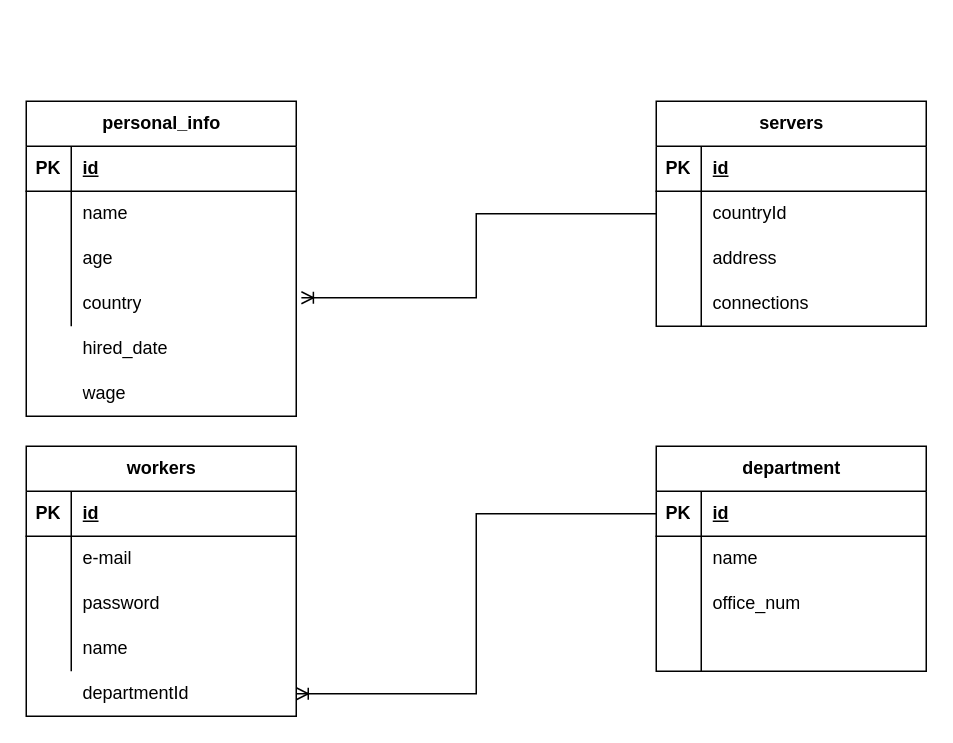
Above: Database Model .drawio in Gycer10/Project-VPN (draw.io), before the change. Source tidied: cells renumbered, new cells numbered last; positions are measured from the earlier drawing's top-left corner, leaving out a move shared by most shapes. Both pictures are drawn from the tidied source at 150%, with x=0, y=0 at pixel (26, 100).
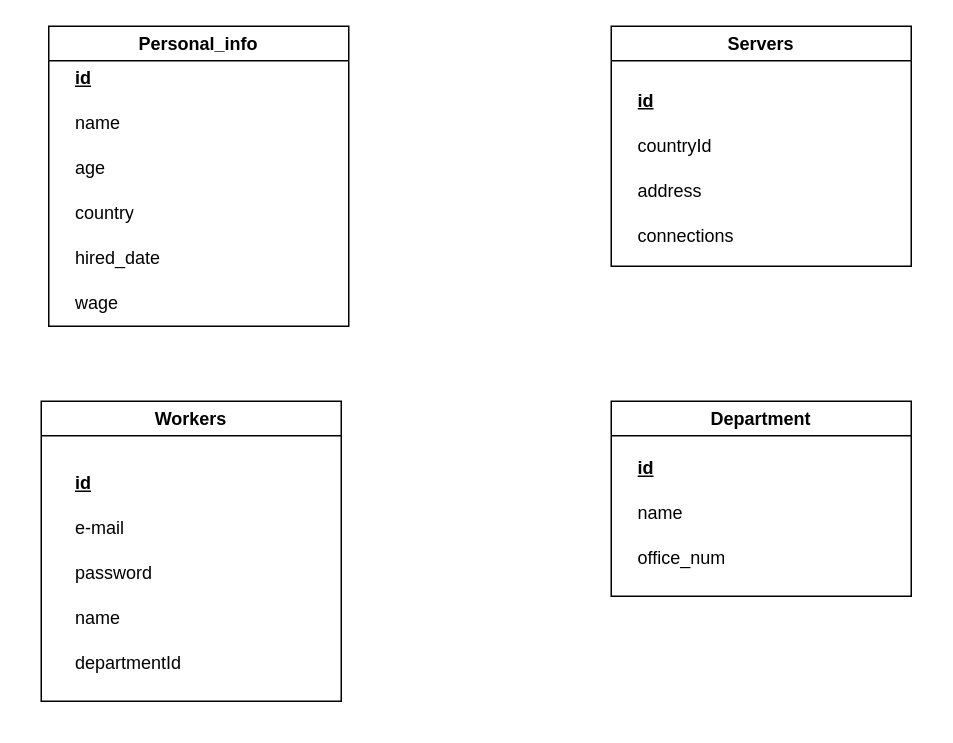
Above is the later version.

What changed in the source:
```diff
@@
-    <mxCell id="2" value="personal_info" style="shape=table;startSize=30;childLayout=tableLayout;rowLines=0;fontStyle=1;align=center;html=1;" parent="1" vertex="1">
-      <mxGeometry width="180" height="210" as="geometry" />
-    </mxCell>
-    <mxCell id="3" style="shape=tableRow;horizontal=0;startSize=0;swimlaneHead=0;swimlaneBody=0;fillColor=none;top=0;left=0;right=0;bottom=1;" parent="2" vertex="1">
-      <mxGeometry y="30" width="180" height="30" as="geometry" />
-    </mxCell>
-    <mxCell id="4" value="PK" style="shape=partialRectangle;fillColor=none;top=0;left=0;bottom=0;right=0;fontStyle=1;overflow=hidden;whiteSpace=wrap;html=1;" parent="3" vertex="1">
-      <mxGeometry width="30" height="30" as="geometry" />
-    </mxCell>
-    <mxCell id="5" value="id" style="shape=partialRectangle;fillColor=none;top=0;left=0;bottom=0;right=0;align=left;spacingLeft=6;fontStyle=5;overflow=hidden;whiteSpace=wrap;html=1;" parent="3" vertex="1">
-      <mxGeometry x="30" width="150" height="30" as="geometry" />
-    </mxCell>
-    <mxCell id="6" style="shape=tableRow;horizontal=0;startSize=0;swimlaneHead=0;swimlaneBody=0;fillColor=none;top=0;left=0;right=0;bottom=0;" parent="2" vertex="1">
-      <mxGeometry y="60" width="180" height="30" as="geometry" />
-    </mxCell>
-    <mxCell id="7" style="shape=partialRectangle;fillColor=none;top=0;left=0;bottom=0;right=0;overflow=hidden;whiteSpace=wrap;html=1;" parent="6" vertex="1">
-      <mxGeometry width="30" height="30" as="geometry" />
-    </mxCell>
-    <mxCell id="8" value="name" style="shape=partialRectangle;fillColor=none;top=0;left=0;bottom=0;right=0;align=left;spacingLeft=6;overflow=hidden;whiteSpace=wrap;html=1;" parent="6" vertex="1">
-      <mxGeometry x="30" width="150" height="30" as="geometry" />
-    </mxCell>
-    <mxCell id="9" style="shape=tableRow;horizontal=0;startSize=0;swimlaneHead=0;swimlaneBody=0;fillColor=none;top=0;left=0;right=0;bottom=0;" parent="2" vertex="1">
-      <mxGeometry y="90" width="180" height="30" as="geometry" />
-    </mxCell>
-    <mxCell id="10" style="shape=partialRectangle;fillColor=none;top=0;left=0;bottom=0;right=0;overflow=hidden;whiteSpace=wrap;html=1;" parent="9" vertex="1">
-      <mxGeometry width="30" height="30" as="geometry" />
-    </mxCell>
+    <mxCell id="64" value="Personal_info" style="swimlane;whiteSpace=wrap;html=1;" parent="1" vertex="1">
+      <mxGeometry x="15" y="-50" width="200" height="200" as="geometry" />
+    </mxCell>
+    <mxCell id="65" value="id" style="shape=partialRectangle;fillColor=none;top=0;left=0;bottom=0;right=0;align=left;spacingLeft=6;fontStyle=5;overflow=hidden;whiteSpace=wrap;html=1;" parent="64" vertex="1">
+      <mxGeometry x="10" y="20" width="150" height="30" as="geometry" />
+    </mxCell>
+    <mxCell id="66" value="name" style="shape=partialRectangle;fillColor=none;top=0;left=0;bottom=0;right=0;align=left;spacingLeft=6;overflow=hidden;whiteSpace=wrap;html=1;" parent="64" vertex="1">
+      <mxGeometry x="10" y="50" width="150" height="30" as="geometry" />
+    </mxCell>
-    <mxCell id="11" value="age" style="shape=partialRectangle;fillColor=none;top=0;left=0;bottom=0;right=0;align=left;spacingLeft=6;overflow=hidden;whiteSpace=wrap;html=1;" parent="9" vertex="1">
-      <mxGeometry x="30" width="150" height="30" as="geometry" />
+    <mxCell id="11" value="age" style="shape=partialRectangle;fillColor=none;top=0;left=0;bottom=0;right=0;align=left;spacingLeft=6;overflow=hidden;whiteSpace=wrap;html=1;" parent="64" vertex="1">
+      <mxGeometry x="10" y="80" width="150" height="30" as="geometry" />
     </mxCell>
-    <mxCell id="12" style="shape=tableRow;horizontal=0;startSize=0;swimlaneHead=0;swimlaneBody=0;fillColor=none;points=[[0,0.5],[1,0.5]];portConstraint=eastwest;top=0;left=0;right=0;bottom=0;" parent="2" vertex="1">
-      <mxGeometry y="120" width="180" height="30" as="geometry" />
-    </mxCell>
-    <mxCell id="13" style="shape=partialRectangle;fillColor=none;top=0;left=0;bottom=0;right=0;overflow=hidden;whiteSpace=wrap;html=1;" parent="12" vertex="1">
-      <mxGeometry width="30" height="30" as="geometry" />
-    </mxCell>
-    <mxCell id="14" value="country" style="shape=partialRectangle;fillColor=none;top=0;left=0;bottom=0;right=0;align=left;spacingLeft=6;overflow=hidden;whiteSpace=wrap;html=1;" parent="12" vertex="1">
-      <mxGeometry x="30" width="150" height="30" as="geometry" />
+    <mxCell id="14" value="country" style="shape=partialRectangle;fillColor=none;top=0;left=0;bottom=0;right=0;align=left;spacingLeft=6;overflow=hidden;whiteSpace=wrap;html=1;" parent="64" vertex="1">
+      <mxGeometry x="10" y="110" width="150" height="30" as="geometry" />
     </mxCell>
-    <mxCell id="15" value="servers" style="shape=table;startSize=30;childLayout=tableLayout;rowLines=0;fontStyle=1;align=center;html=1;" parent="1" vertex="1">
-      <mxGeometry x="420" width="180" height="150" as="geometry" />
-    </mxCell>
-    <mxCell id="16" style="shape=tableRow;horizontal=0;startSize=0;swimlaneHead=0;swimlaneBody=0;fillColor=none;top=0;left=0;right=0;bottom=1;" parent="15" vertex="1">
-      <mxGeometry y="30" width="180" height="30" as="geometry" />
-    </mxCell>
-    <mxCell id="17" value="PK" style="shape=partialRectangle;fillColor=none;top=0;left=0;bottom=0;right=0;fontStyle=1;overflow=hidden;whiteSpace=wrap;html=1;" parent="16" vertex="1">
-      <mxGeometry width="30" height="30" as="geometry" />
-    </mxCell>
-    <mxCell id="18" value="id" style="shape=partialRectangle;fillColor=none;top=0;left=0;bottom=0;right=0;align=left;spacingLeft=6;fontStyle=5;overflow=hidden;whiteSpace=wrap;html=1;" parent="16" vertex="1">
-      <mxGeometry x="30" width="150" height="30" as="geometry" />
-    </mxCell>
-    <mxCell id="19" style="shape=tableRow;horizontal=0;startSize=0;swimlaneHead=0;swimlaneBody=0;fillColor=none;points=[[0,0.5],[1,0.5]];portConstraint=eastwest;top=0;left=0;right=0;bottom=0;" parent="15" vertex="1">
-      <mxGeometry y="60" width="180" height="30" as="geometry" />
-    </mxCell>
-    <mxCell id="20" style="shape=partialRectangle;fillColor=none;top=0;left=0;bottom=0;right=0;overflow=hidden;whiteSpace=wrap;html=1;" parent="19" vertex="1">
-      <mxGeometry width="30" height="30" as="geometry" />
-    </mxCell>
+    <mxCell id="55" value="hired_date" style="shape=partialRectangle;fillColor=none;top=0;left=0;bottom=0;right=0;align=left;spacingLeft=6;overflow=hidden;whiteSpace=wrap;html=1;" parent="64" vertex="1">
+      <mxGeometry x="10" y="140" width="150" height="30" as="geometry" />
+    </mxCell>
+    <mxCell id="58" value="wage" style="shape=partialRectangle;fillColor=none;top=0;left=0;bottom=0;right=0;align=left;spacingLeft=6;overflow=hidden;whiteSpace=wrap;html=1;" parent="64" vertex="1">
+      <mxGeometry x="10" y="170" width="150" height="30" as="geometry" />
+    </mxCell>
+    <mxCell id="67" value="Servers" style="swimlane;whiteSpace=wrap;html=1;" parent="1" vertex="1">
+      <mxGeometry x="390" y="-50" width="200" height="160" as="geometry" />
+    </mxCell>
+    <mxCell id="68" value="id" style="shape=partialRectangle;fillColor=none;top=0;left=0;bottom=0;right=0;align=left;spacingLeft=6;fontStyle=5;overflow=hidden;whiteSpace=wrap;html=1;" parent="67" vertex="1">
+      <mxGeometry x="10" y="35" width="150" height="30" as="geometry" />
+    </mxCell>
-    <mxCell id="21" value="countryId" style="shape=partialRectangle;fillColor=none;top=0;left=0;bottom=0;right=0;align=left;spacingLeft=6;overflow=hidden;whiteSpace=wrap;html=1;" parent="19" vertex="1">
-      <mxGeometry x="30" width="150" height="30" as="geometry" />
+    <mxCell id="21" value="countryId" style="shape=partialRectangle;fillColor=none;top=0;left=0;bottom=0;right=0;align=left;spacingLeft=6;overflow=hidden;whiteSpace=wrap;html=1;" parent="67" vertex="1">
+      <mxGeometry x="10" y="65" width="150" height="30" as="geometry" />
     </mxCell>
-    <mxCell id="22" style="shape=tableRow;horizontal=0;startSize=0;swimlaneHead=0;swimlaneBody=0;fillColor=none;top=0;left=0;right=0;bottom=0;" parent="15" vertex="1">
-      <mxGeometry y="90" width="180" height="30" as="geometry" />
-    </mxCell>
-    <mxCell id="23" style="shape=partialRectangle;fillColor=none;top=0;left=0;bottom=0;right=0;overflow=hidden;whiteSpace=wrap;html=1;" parent="22" vertex="1">
-      <mxGeometry width="30" height="30" as="geometry" />
-    </mxCell>
-    <mxCell id="24" value="address" style="shape=partialRectangle;fillColor=none;top=0;left=0;bottom=0;right=0;align=left;spacingLeft=6;overflow=hidden;whiteSpace=wrap;html=1;" parent="22" vertex="1">
-      <mxGeometry x="30" width="150" height="30" as="geometry" />
+    <mxCell id="24" value="address" style="shape=partialRectangle;fillColor=none;top=0;left=0;bottom=0;right=0;align=left;spacingLeft=6;overflow=hidden;whiteSpace=wrap;html=1;" parent="67" vertex="1">
+      <mxGeometry x="10" y="95" width="150" height="30" as="geometry" />
     </mxCell>
-    <mxCell id="25" style="shape=tableRow;horizontal=0;startSize=0;swimlaneHead=0;swimlaneBody=0;fillColor=none;top=0;left=0;right=0;bottom=0;" parent="15" vertex="1">
-      <mxGeometry y="120" width="180" height="30" as="geometry" />
-    </mxCell>
-    <mxCell id="26" style="shape=partialRectangle;fillColor=none;top=0;left=0;bottom=0;right=0;overflow=hidden;whiteSpace=wrap;html=1;" parent="25" vertex="1">
-      <mxGeometry width="30" height="30" as="geometry" />
-    </mxCell>
-    <mxCell id="27" value="connections" style="shape=partialRectangle;fillColor=none;top=0;left=0;bottom=0;right=0;align=left;spacingLeft=6;overflow=hidden;whiteSpace=wrap;html=1;" parent="25" vertex="1">
-      <mxGeometry x="30" width="150" height="30" as="geometry" />
+    <mxCell id="27" value="connections" style="shape=partialRectangle;fillColor=none;top=0;left=0;bottom=0;right=0;align=left;spacingLeft=6;overflow=hidden;whiteSpace=wrap;html=1;" parent="67" vertex="1">
+      <mxGeometry x="10" y="125" width="150" height="30" as="geometry" />
     </mxCell>
-    <mxCell id="28" value="workers" style="shape=table;startSize=30;childLayout=tableLayout;rowLines=0;fontStyle=1;align=center;html=1;" parent="1" vertex="1">
-      <mxGeometry y="230" width="180" height="180" as="geometry" />
-    </mxCell>
-    <mxCell id="29" style="shape=tableRow;horizontal=0;startSize=0;swimlaneHead=0;swimlaneBody=0;fillColor=none;top=0;left=0;right=0;bottom=1;" parent="28" vertex="1">
-      <mxGeometry y="30" width="180" height="30" as="geometry" />
-    </mxCell>
-    <mxCell id="30" value="PK" style="shape=partialRectangle;fillColor=none;top=0;left=0;bottom=0;right=0;fontStyle=1;overflow=hidden;whiteSpace=wrap;html=1;" parent="29" vertex="1">
-      <mxGeometry width="30" height="30" as="geometry" />
-    </mxCell>
-    <mxCell id="31" value="id" style="shape=partialRectangle;fillColor=none;top=0;left=0;bottom=0;right=0;align=left;spacingLeft=6;fontStyle=5;overflow=hidden;whiteSpace=wrap;html=1;" parent="29" vertex="1">
-      <mxGeometry x="30" width="150" height="30" as="geometry" />
-    </mxCell>
-    <mxCell id="32" style="shape=tableRow;horizontal=0;startSize=0;swimlaneHead=0;swimlaneBody=0;fillColor=none;top=0;left=0;right=0;bottom=0;" parent="28" vertex="1">
-      <mxGeometry y="60" width="180" height="30" as="geometry" />
-    </mxCell>
-    <mxCell id="33" style="shape=partialRectangle;fillColor=none;top=0;left=0;bottom=0;right=0;overflow=hidden;whiteSpace=wrap;html=1;" parent="32" vertex="1">
-      <mxGeometry width="30" height="30" as="geometry" />
-    </mxCell>
+    <mxCell id="69" value="Workers" style="swimlane;whiteSpace=wrap;html=1;startSize=23;" parent="1" vertex="1">
+      <mxGeometry x="10" y="200" width="200" height="200" as="geometry" />
+    </mxCell>
+    <mxCell id="70" value="id" style="shape=partialRectangle;fillColor=none;top=0;left=0;bottom=0;right=0;align=left;spacingLeft=6;fontStyle=5;overflow=hidden;whiteSpace=wrap;html=1;" parent="69" vertex="1">
+      <mxGeometry x="15" y="40" width="150" height="30" as="geometry" />
+    </mxCell>
-    <mxCell id="34" value="e-mail" style="shape=partialRectangle;fillColor=none;top=0;left=0;bottom=0;right=0;align=left;spacingLeft=6;overflow=hidden;whiteSpace=wrap;html=1;" parent="32" vertex="1">
-      <mxGeometry x="30" width="150" height="30" as="geometry" />
+    <mxCell id="34" value="e-mail" style="shape=partialRectangle;fillColor=none;top=0;left=0;bottom=0;right=0;align=left;spacingLeft=6;overflow=hidden;whiteSpace=wrap;html=1;" parent="69" vertex="1">
+      <mxGeometry x="15" y="70" width="150" height="30" as="geometry" />
     </mxCell>
-    <mxCell id="35" style="shape=tableRow;horizontal=0;startSize=0;swimlaneHead=0;swimlaneBody=0;fillColor=none;top=0;left=0;right=0;bottom=0;" parent="28" vertex="1">
-      <mxGeometry y="90" width="180" height="30" as="geometry" />
-    </mxCell>
-    <mxCell id="36" style="shape=partialRectangle;fillColor=none;top=0;left=0;bottom=0;right=0;overflow=hidden;whiteSpace=wrap;html=1;" parent="35" vertex="1">
-      <mxGeometry width="30" height="30" as="geometry" />
-    </mxCell>
-    <mxCell id="37" value="password" style="shape=partialRectangle;fillColor=none;top=0;left=0;bottom=0;right=0;align=left;spacingLeft=6;overflow=hidden;whiteSpace=wrap;html=1;" parent="35" vertex="1">
-      <mxGeometry x="30" width="150" height="30" as="geometry" />
+    <mxCell id="37" value="password" style="shape=partialRectangle;fillColor=none;top=0;left=0;bottom=0;right=0;align=left;spacingLeft=6;overflow=hidden;whiteSpace=wrap;html=1;" parent="69" vertex="1">
+      <mxGeometry x="15" y="100" width="150" height="30" as="geometry" />
     </mxCell>
-    <mxCell id="38" style="shape=tableRow;horizontal=0;startSize=0;swimlaneHead=0;swimlaneBody=0;fillColor=none;top=0;left=0;right=0;bottom=0;" parent="28" vertex="1">
-      <mxGeometry y="120" width="180" height="30" as="geometry" />
-    </mxCell>
-    <mxCell id="39" style="shape=partialRectangle;fillColor=none;top=0;left=0;bottom=0;right=0;overflow=hidden;whiteSpace=wrap;html=1;" parent="38" vertex="1">
-      <mxGeometry width="30" height="30" as="geometry" />
-    </mxCell>
-    <mxCell id="40" value="name" style="shape=partialRectangle;fillColor=none;top=0;left=0;bottom=0;right=0;align=left;spacingLeft=6;overflow=hidden;whiteSpace=wrap;html=1;" parent="38" vertex="1">
-      <mxGeometry x="30" width="150" height="30" as="geometry" />
-    </mxCell>
-    <mxCell id="41" value="department" style="shape=table;startSize=30;childLayout=tableLayout;rowLines=0;fontStyle=1;align=center;html=1;" parent="1" vertex="1">
-      <mxGeometry x="420" y="230" width="180" height="150" as="geometry" />
-    </mxCell>
-    <mxCell id="42" style="shape=tableRow;horizontal=0;startSize=0;swimlaneHead=0;swimlaneBody=0;fillColor=none;points=[[0,0.5],[1,0.5]];portConstraint=eastwest;top=0;left=0;right=0;bottom=1;" parent="41" vertex="1">
-      <mxGeometry y="30" width="180" height="30" as="geometry" />
-    </mxCell>
-    <mxCell id="43" value="PK" style="shape=partialRectangle;fillColor=none;top=0;left=0;bottom=0;right=0;fontStyle=1;overflow=hidden;whiteSpace=wrap;html=1;" parent="42" vertex="1">
-      <mxGeometry width="30" height="30" as="geometry" />
-    </mxCell>
-    <mxCell id="44" value="id" style="shape=partialRectangle;fillColor=none;top=0;left=0;bottom=0;right=0;align=left;spacingLeft=6;fontStyle=5;overflow=hidden;whiteSpace=wrap;html=1;" parent="42" vertex="1">
-      <mxGeometry x="30" width="150" height="30" as="geometry" />
-    </mxCell>
-    <mxCell id="45" style="shape=tableRow;horizontal=0;startSize=0;swimlaneHead=0;swimlaneBody=0;fillColor=none;top=0;left=0;right=0;bottom=0;" parent="41" vertex="1">
-      <mxGeometry y="60" width="180" height="30" as="geometry" />
-    </mxCell>
-    <mxCell id="46" style="shape=partialRectangle;fillColor=none;top=0;left=0;bottom=0;right=0;overflow=hidden;whiteSpace=wrap;html=1;" parent="45" vertex="1">
-      <mxGeometry width="30" height="30" as="geometry" />
-    </mxCell>
-    <mxCell id="47" value="name" style="shape=partialRectangle;fillColor=none;top=0;left=0;bottom=0;right=0;align=left;spacingLeft=6;overflow=hidden;whiteSpace=wrap;html=1;" parent="45" vertex="1">
-      <mxGeometry x="30" width="150" height="30" as="geometry" />
-    </mxCell>
-    <mxCell id="48" style="shape=tableRow;horizontal=0;startSize=0;swimlaneHead=0;swimlaneBody=0;fillColor=none;top=0;left=0;right=0;bottom=0;" parent="41" vertex="1">
-      <mxGeometry y="90" width="180" height="30" as="geometry" />
-    </mxCell>
-    <mxCell id="49" style="shape=partialRectangle;fillColor=none;top=0;left=0;bottom=0;right=0;overflow=hidden;whiteSpace=wrap;html=1;" parent="48" vertex="1">
-      <mxGeometry width="30" height="30" as="geometry" />
-    </mxCell>
+    <mxCell id="71" value="name" style="shape=partialRectangle;fillColor=none;top=0;left=0;bottom=0;right=0;align=left;spacingLeft=6;overflow=hidden;whiteSpace=wrap;html=1;" parent="69" vertex="1">
+      <mxGeometry x="15" y="130" width="150" height="30" as="geometry" />
+    </mxCell>
+    <mxCell id="61" value="departmentId" style="shape=partialRectangle;fillColor=none;top=0;left=0;bottom=0;right=0;align=left;spacingLeft=6;overflow=hidden;whiteSpace=wrap;html=1;" parent="69" vertex="1">
+      <mxGeometry x="15" y="160" width="150" height="30" as="geometry" />
+    </mxCell>
+    <mxCell id="72" value="Department" style="swimlane;whiteSpace=wrap;html=1;" parent="1" vertex="1">
+      <mxGeometry x="390" y="200" width="200" height="130" as="geometry" />
+    </mxCell>
+    <mxCell id="73" value="id" style="shape=partialRectangle;fillColor=none;top=0;left=0;bottom=0;right=0;align=left;spacingLeft=6;fontStyle=5;overflow=hidden;whiteSpace=wrap;html=1;" parent="72" vertex="1">
+      <mxGeometry x="10" y="30" width="150" height="30" as="geometry" />
+    </mxCell>
+    <mxCell id="74" value="name" style="shape=partialRectangle;fillColor=none;top=0;left=0;bottom=0;right=0;align=left;spacingLeft=6;overflow=hidden;whiteSpace=wrap;html=1;" parent="72" vertex="1">
+      <mxGeometry x="10" y="60" width="150" height="30" as="geometry" />
+    </mxCell>
-    <mxCell id="50" value="office_num" style="shape=partialRectangle;fillColor=none;top=0;left=0;bottom=0;right=0;align=left;spacingLeft=6;overflow=hidden;whiteSpace=wrap;html=1;" parent="48" vertex="1">
-      <mxGeometry x="30" width="150" height="30" as="geometry" />
+    <mxCell id="50" value="office_num" style="shape=partialRectangle;fillColor=none;top=0;left=0;bottom=0;right=0;align=left;spacingLeft=6;overflow=hidden;whiteSpace=wrap;html=1;" parent="72" vertex="1">
+      <mxGeometry x="10" y="90" width="150" height="30" as="geometry" />
     </mxCell>
-    <mxCell id="51" style="shape=tableRow;horizontal=0;startSize=0;swimlaneHead=0;swimlaneBody=0;fillColor=none;top=0;left=0;right=0;bottom=0;" parent="41" vertex="1">
-      <mxGeometry y="120" width="180" height="30" as="geometry" />
-    </mxCell>
-    <mxCell id="52" style="shape=partialRectangle;fillColor=none;top=0;left=0;bottom=0;right=0;overflow=hidden;whiteSpace=wrap;html=1;" parent="51" vertex="1">
-      <mxGeometry width="30" height="30" as="geometry" />
-    </mxCell>
-    <mxCell id="53" style="shape=partialRectangle;fillColor=none;top=0;left=0;bottom=0;right=0;align=left;spacingLeft=6;overflow=hidden;whiteSpace=wrap;html=1;" parent="51" vertex="1">
-      <mxGeometry x="30" width="150" height="30" as="geometry" />
-    </mxCell>
-    <mxCell id="54" style="shape=partialRectangle;fillColor=none;top=0;left=0;bottom=0;right=0;overflow=hidden;whiteSpace=wrap;html=1;" parent="1" vertex="1">
-      <mxGeometry y="150" width="30" height="30" as="geometry" />
-    </mxCell>
-    <mxCell id="55" value="hired_date" style="shape=partialRectangle;fillColor=none;top=0;left=0;bottom=0;right=0;align=left;spacingLeft=6;overflow=hidden;whiteSpace=wrap;html=1;" parent="1" vertex="1">
-      <mxGeometry x="30" y="150" width="150" height="30" as="geometry" />
-    </mxCell>
-    <mxCell id="56" style="shape=tableRow;horizontal=0;startSize=0;swimlaneHead=0;swimlaneBody=0;fillColor=none;top=0;left=0;right=0;bottom=0;" parent="1" vertex="1">
-      <mxGeometry y="180" width="180" height="30" as="geometry" />
-    </mxCell>
-    <mxCell id="57" style="shape=partialRectangle;fillColor=none;top=0;left=0;bottom=0;right=0;overflow=hidden;whiteSpace=wrap;html=1;" parent="56" vertex="1">
-      <mxGeometry width="30" height="30" as="geometry" />
-    </mxCell>
-    <mxCell id="58" value="wage" style="shape=partialRectangle;fillColor=none;top=0;left=0;bottom=0;right=0;align=left;spacingLeft=6;overflow=hidden;whiteSpace=wrap;html=1;" parent="56" vertex="1">
-      <mxGeometry x="30" width="150" height="30" as="geometry" />
-    </mxCell>
-    <mxCell id="59" style="shape=tableRow;horizontal=0;startSize=0;swimlaneHead=0;swimlaneBody=0;fillColor=none;points=[[0,0.5],[1,0.5]];portConstraint=eastwest;top=0;left=0;right=0;bottom=0;" parent="1" vertex="1">
-      <mxGeometry y="380" width="180" height="30" as="geometry" />
-    </mxCell>
-    <mxCell id="60" style="shape=partialRectangle;fillColor=none;top=0;left=0;bottom=0;right=0;overflow=hidden;whiteSpace=wrap;html=1;" parent="59" vertex="1">
-      <mxGeometry width="30" height="30" as="geometry" />
-    </mxCell>
-    <mxCell id="61" value="departmentId" style="shape=partialRectangle;fillColor=none;top=0;left=0;bottom=0;right=0;align=left;spacingLeft=6;overflow=hidden;whiteSpace=wrap;html=1;" parent="59" vertex="1">
-      <mxGeometry x="30" width="150" height="30" as="geometry" />
-    </mxCell>
-    <mxCell id="62" style="edgeStyle=orthogonalEdgeStyle;rounded=0;jettySize=auto;html=1;exitX=0;exitY=0.5;exitDx=0;exitDy=0;entryX=1;entryY=0.5;entryDx=0;entryDy=0;endArrow=ERoneToMany;endFill=0;" parent="1" edge="1" source="42" target="59">
-      <mxGeometry relative="1" as="geometry" />
-    </mxCell>
-    <mxCell id="63" style="edgeStyle=orthogonalEdgeStyle;rounded=0;jettySize=auto;html=1;exitX=0;exitY=0.5;exitDx=0;exitDy=0;entryX=1.019;entryY=0.366;entryDx=0;entryDy=0;entryPerimeter=0;endArrow=ERoneToMany;endFill=0;" parent="1" edge="1" source="19" target="12">
-      <mxGeometry relative="1" as="geometry" />
-    </mxCell>
```
